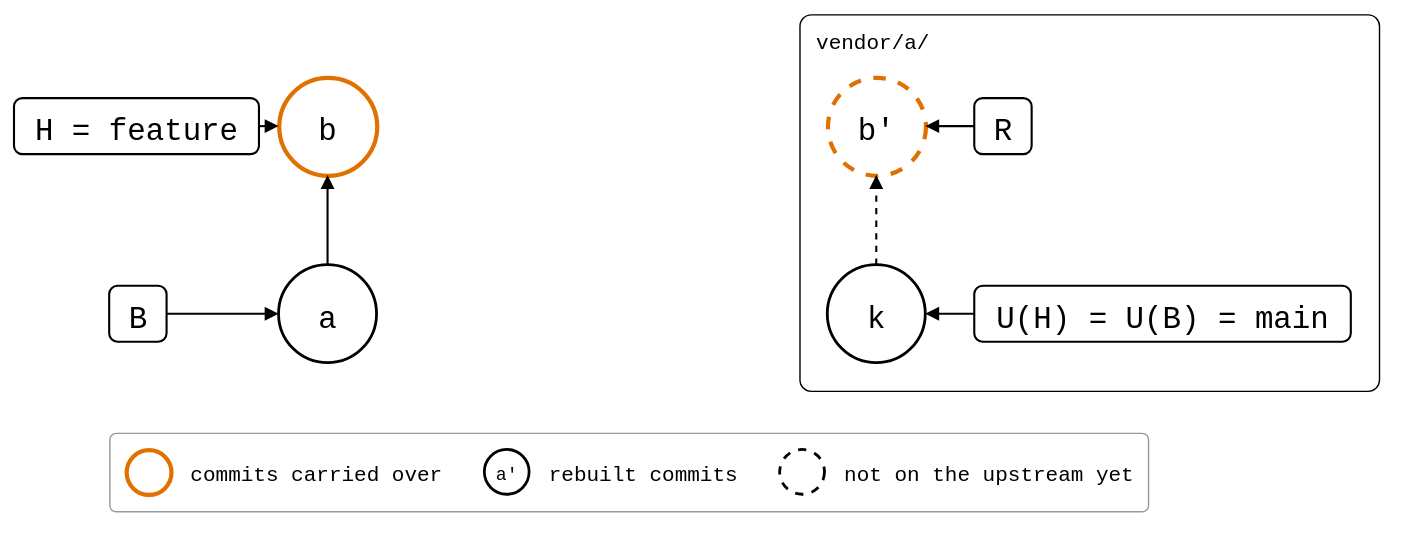
This is test/scenarios/03-branches-and-teamwork/02-feature-branch-from-main/feature-branch-from-main.drawio.svg from roschaefer/git-splice, a draw.io export, as it was before one commit. Source tidied: cells renumbered, new cells last; positions are measured from the earlier drawing's top-left corner, leaving out a move shared by most shapes.
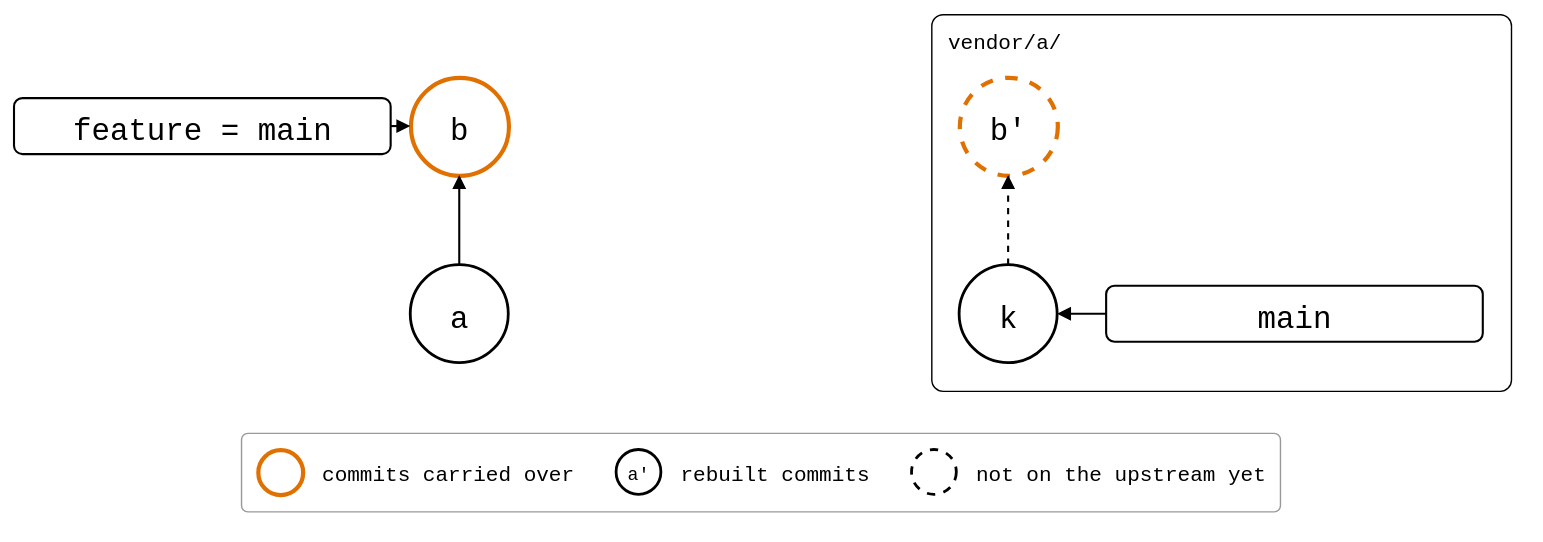
The same file after the commit.

Commit message:
docs(workflows): use branch names in feature diagram

What changed in the source:
```diff
@@ -17,30 +17,18 @@
     <mxCell id="6" value="b'" style="ellipse;fontSize=22;fontFamily=Roboto Mono,monospace;dashed=1;strokeColor=#E07000;strokeWidth=3;" parent="1" vertex="1">
       <mxGeometry x="581" y="45" width="70" height="70" as="geometry" />
     </mxCell>
-    <mxCell id="7" value="H = feature" style="rounded=1;strokeWidth=1.5;fontSize=22;fontFamily=Roboto Mono,monospace;" parent="1" vertex="1">
-      <mxGeometry y="60" width="175" height="40" as="geometry" />
+    <mxCell id="7" value="feature = main" style="rounded=1;strokeWidth=1.5;fontSize=22;fontFamily=Roboto Mono,monospace;" parent="1" vertex="1">
+      <mxGeometry x="-94" y="60" width="269" height="40" as="geometry" />
     </mxCell>
     <mxCell id="8" style="endArrow=block;endFill=1;html=1;strokeWidth=1.5;rounded=0;" parent="1" edge="1" source="7" target="4">
       <mxGeometry relative="1" as="geometry" />
     </mxCell>
-    <mxCell id="9" value="B" style="rounded=1;strokeWidth=1.5;fontSize=22;fontFamily=Roboto Mono,monospace;" parent="1" vertex="1">
-      <mxGeometry x="68" y="194" width="41" height="40" as="geometry" />
-    </mxCell>
-    <mxCell id="10" style="endArrow=block;endFill=1;html=1;strokeWidth=1.5;rounded=0;" parent="1" edge="1" source="9" target="3">
-      <mxGeometry relative="1" as="geometry" />
-    </mxCell>
-    <mxCell id="11" value="U(H) = U(B) = main" style="rounded=1;strokeWidth=1.5;fontSize=22;fontFamily=Roboto Mono,monospace;" parent="1" vertex="1">
+    <mxCell id="11" value="main" style="rounded=1;strokeWidth=1.5;fontSize=22;fontFamily=Roboto Mono,monospace;" parent="1" vertex="1">
       <mxGeometry x="686" y="194" width="269" height="40" as="geometry" />
     </mxCell>
     <mxCell id="12" style="endArrow=block;endFill=1;html=1;strokeWidth=1.5;rounded=0;" parent="1" edge="1" source="11" target="5">
       <mxGeometry relative="1" as="geometry" />
     </mxCell>
-    <mxCell id="13" value="R" style="rounded=1;strokeWidth=1.5;fontSize=22;fontFamily=Roboto Mono,monospace;" parent="1" vertex="1">
-      <mxGeometry x="686" y="60" width="41" height="40" as="geometry" />
-    </mxCell>
-    <mxCell id="14" style="endArrow=block;endFill=1;html=1;strokeWidth=1.5;rounded=0;" parent="1" edge="1" source="13" target="6">
-      <mxGeometry relative="1" as="geometry" />
-    </mxCell>
     <mxCell id="15" style="endArrow=block;endFill=1;html=1;strokeWidth=1.5;rounded=0;" parent="1" edge="1" source="3" target="4">
       <mxGeometry relative="1" as="geometry" />
     </mxCell>
```
